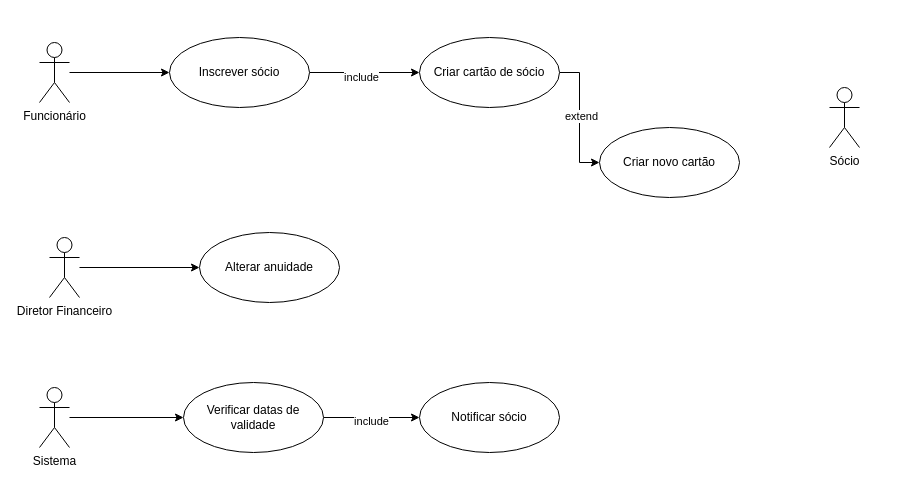
danielarraiol02/tpsi-oop-2065422-25 keeps this draw.io diagram as Ficha 2.drawio. Above is the earlier version. Source tidied: cells renumbered, new cells numbered last; positions are measured from the earlier drawing's top-left corner, leaving out a move shared by most shapes. Both pictures are drawn from the tidied source at 100%, with x=0, y=0 at pixel (39, 37).
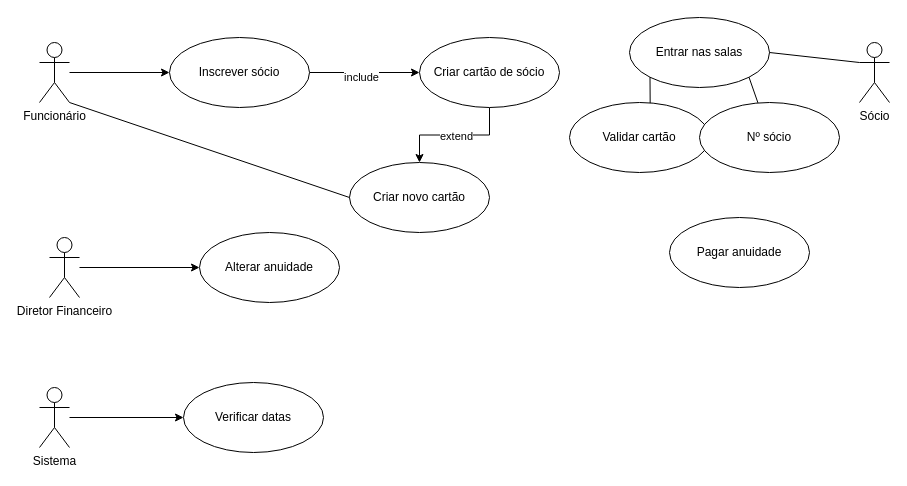
The same page after the edit.

The change refers to these unchanged cells:
```xml
<mxCell id="3" value="Funcionário" style="shape=umlActor;verticalLabelPosition=bottom;verticalAlign=top;html=1;" parent="1" vertex="1">
  <mxGeometry y="5" width="30" height="60" as="geometry" />
</mxCell>
<mxCell id="9" value="Criar cartão de sócio" style="ellipse;whiteSpace=wrap;html=1;" parent="1" vertex="1">
  <mxGeometry x="380" width="140" height="70" as="geometry" />
</mxCell>
```

The edit, as a diff of the source:
```diff
@@
-    <mxCell id="7" style="edgeStyle=orthogonalEdgeStyle;rounded=0;jettySize=auto;html=1;entryX=0;entryY=0.5;entryDx=0;entryDy=0;" parent="1" edge="1" source="9" target="12">
+    <mxCell id="7" style="edgeStyle=orthogonalEdgeStyle;rounded=0;jettySize=auto;html=1;entryX=0.5;entryY=0;entryDx=0;entryDy=0;" parent="1" edge="1" source="9" target="12">
       <mxGeometry relative="1" as="geometry" />
     </mxCell>
@@
     <mxCell id="12" value="Criar novo cartão" style="ellipse;whiteSpace=wrap;html=1;" parent="1" vertex="1">
-      <mxGeometry x="560" y="90" width="140" height="70" as="geometry" />
+      <mxGeometry x="310" y="125" width="140" height="70" as="geometry" />
     </mxCell>
@@
-    <mxCell id="16" style="edgeStyle=orthogonalEdgeStyle;rounded=0;jettySize=auto;html=1;" parent="1" edge="1" source="18" target="20">
-      <mxGeometry relative="1" as="geometry" />
-    </mxCell>
-    <mxCell id="17" value="include" style="edgeLabel;html=1;align=center;verticalAlign=middle;" parent="16" vertex="1">
-      <mxGeometry x="-0.03" y="-3" relative="1" as="geometry" />
-    </mxCell>
-    <mxCell id="18" value="Verificar datas de validade" style="ellipse;whiteSpace=wrap;html=1;" parent="1" vertex="1">
+    <mxCell id="18" value="Verificar datas" style="ellipse;whiteSpace=wrap;html=1;" parent="1" vertex="1">
       <mxGeometry x="144" y="345" width="140" height="70" as="geometry" />
     </mxCell>
     <mxCell id="19" value="Sócio" style="shape=umlActor;verticalLabelPosition=bottom;verticalAlign=top;html=1;" parent="1" vertex="1">
-      <mxGeometry x="790" y="50" width="30" height="60" as="geometry" />
+      <mxGeometry x="820" y="5" width="30" height="60" as="geometry" />
     </mxCell>
-    <mxCell id="20" value="Notificar sócio" style="ellipse;whiteSpace=wrap;html=1;" parent="1" vertex="1">
-      <mxGeometry x="380" y="345" width="140" height="70" as="geometry" />
-    </mxCell>
+    <mxCell id="21" value="Entrar nas salas" style="ellipse;whiteSpace=wrap;html=1;" parent="1" vertex="1">
+      <mxGeometry x="590" y="-20" width="140" height="70" as="geometry" />
+    </mxCell>
+    <mxCell id="22" style="endArrow=none;html=1;rounded=0;exitX=1;exitY=1;exitDx=0;exitDy=0;exitPerimeter=0;entryX=0;entryY=0.5;entryDx=0;entryDy=0;" parent="1" edge="1" source="3" target="12">
+      <mxGeometry relative="1" as="geometry" />
+    </mxCell>
+    <mxCell id="23" style="endArrow=none;html=1;rounded=0;entryX=0;entryY=0.3333333333333333;entryDx=0;entryDy=0;entryPerimeter=0;exitX=1;exitY=0.5;exitDx=0;exitDy=0;" parent="1" edge="1" source="21" target="19">
+      <mxGeometry relative="1" as="geometry" />
+    </mxCell>
+    <mxCell id="24" style="endArrow=none;html=1;rounded=0;entryX=1;entryY=1;entryDx=0;entryDy=0;" parent="1" edge="1" source="28" target="21">
+      <mxGeometry relative="1" as="geometry" />
+    </mxCell>
+    <mxCell id="25" style="endArrow=none;html=1;rounded=0;entryX=0;entryY=1;entryDx=0;entryDy=0;" parent="1" edge="1" target="21">
+      <mxGeometry relative="1" as="geometry">
+        <mxPoint x="611" y="120" as="sourcePoint" />
+      </mxGeometry>
+    </mxCell>
+    <mxCell id="26" value="Validar cartão" style="ellipse;whiteSpace=wrap;html=1;" parent="1" vertex="1">
+      <mxGeometry x="530" y="65" width="140" height="70" as="geometry" />
+    </mxCell>
+    <mxCell id="27" style="endArrow=none;html=1;rounded=0;entryX=1;entryY=1;entryDx=0;entryDy=0;" parent="1" edge="1" target="28">
+      <mxGeometry relative="1" as="geometry">
+        <mxPoint x="710" y="120" as="sourcePoint" />
+      </mxGeometry>
+    </mxCell>
+    <mxCell id="28" value="Nº sócio" style="ellipse;whiteSpace=wrap;html=1;" parent="1" vertex="1">
+      <mxGeometry x="660" y="65" width="140" height="70" as="geometry" />
+    </mxCell>
+    <mxCell id="29" value="Pagar anuidade" style="ellipse;whiteSpace=wrap;html=1;" parent="1" vertex="1">
+      <mxGeometry x="630" y="180" width="140" height="70" as="geometry" />
+    </mxCell>
```
